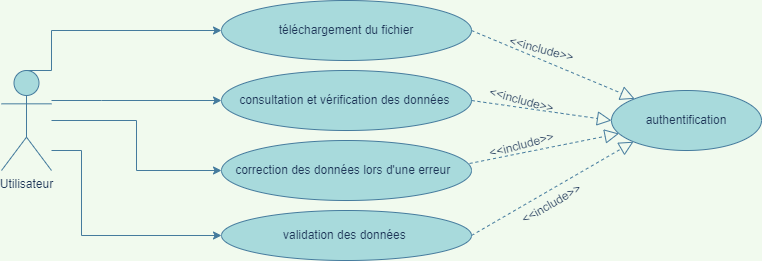
This is usecase.drawio.png from Yasminuu/PFE, a draw.io export, as it was before one commit. Source tidied: cells renumbered, new cells last; positions are measured from the earlier drawing's top-left corner, leaving out a move shared by most shapes.
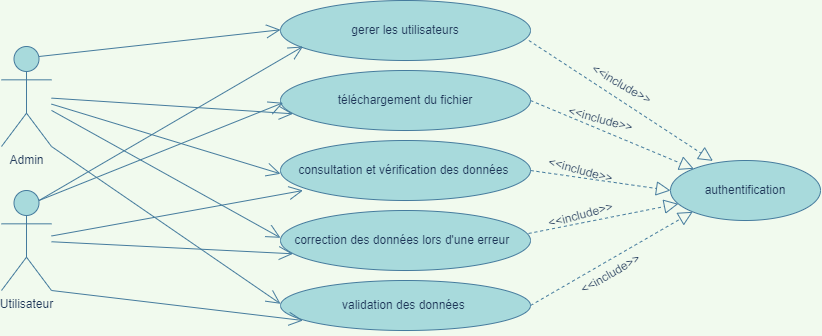
The same diagram one commit later.

Change to the diagram source:
```diff
@@ -2,35 +2,8 @@
   <root>
     <mxCell id="0" />
     <mxCell id="1" parent="0" />
-    <mxCell id="2" style="edgeStyle=orthogonalEdgeStyle;rounded=0;jettySize=auto;html=1;entryX=0;entryY=0.5;entryDx=0;entryDy=0;exitX=0.5;exitY=0;exitDx=0;exitDy=0;exitPerimeter=0;labelBackgroundColor=#F1FAEE;strokeColor=#457B9D;fontColor=#1D3557;" parent="1" edge="1" source="6" target="7">
-      <mxGeometry relative="1" as="geometry">
-        <Array as="points">
-          <mxPoint x="50" y="70" />
-          <mxPoint x="50" y="30" />
-        </Array>
-      </mxGeometry>
-    </mxCell>
-    <mxCell id="3" style="edgeStyle=orthogonalEdgeStyle;rounded=0;jettySize=auto;html=1;entryX=0;entryY=0.5;entryDx=0;entryDy=0;labelBackgroundColor=#F1FAEE;strokeColor=#457B9D;fontColor=#1D3557;" parent="1" edge="1" source="6" target="8">
-      <mxGeometry relative="1" as="geometry">
-        <Array as="points">
-          <mxPoint x="100" y="100" />
-          <mxPoint x="100" y="100" />
-        </Array>
-      </mxGeometry>
-    </mxCell>
-    <mxCell id="4" style="edgeStyle=orthogonalEdgeStyle;rounded=0;jettySize=auto;html=1;entryX=0;entryY=0.5;entryDx=0;entryDy=0;labelBackgroundColor=#F1FAEE;strokeColor=#457B9D;fontColor=#1D3557;" parent="1" edge="1" source="6" target="9">
-      <mxGeometry relative="1" as="geometry" />
-    </mxCell>
-    <mxCell id="5" style="edgeStyle=orthogonalEdgeStyle;rounded=0;jettySize=auto;html=1;entryX=0;entryY=0.5;entryDx=0;entryDy=0;labelBackgroundColor=#F1FAEE;strokeColor=#457B9D;fontColor=#1D3557;" parent="1" edge="1" source="6" target="10">
-      <mxGeometry relative="1" as="geometry">
-        <Array as="points">
-          <mxPoint x="80" y="150" />
-          <mxPoint x="80" y="235" />
-        </Array>
-      </mxGeometry>
-    </mxCell>
-    <mxCell id="6" value="Utilisateur" style="shape=umlActor;verticalLabelPosition=bottom;verticalAlign=top;html=1;outlineConnect=0;fillColor=#A8DADC;strokeColor=#457B9D;fontColor=#1D3557;" parent="1" vertex="1">
-      <mxGeometry y="70" width="50" height="100" as="geometry" />
+    <mxCell id="6" value="Admin" style="shape=umlActor;verticalLabelPosition=bottom;verticalAlign=top;html=1;outlineConnect=0;fillColor=#A8DADC;strokeColor=#457B9D;fontColor=#1D3557;" parent="1" vertex="1">
+      <mxGeometry x="-59" y="-24" width="50" height="100" as="geometry" />
     </mxCell>
     <mxCell id="7" value="téléchargement du fichier" style="ellipse;whiteSpace=wrap;html=1;fillColor=#A8DADC;strokeColor=#457B9D;fontColor=#1D3557;" parent="1" vertex="1">
       <mxGeometry x="220" width="250" height="60" as="geometry" />
@@ -71,5 +44,69 @@
     <mxCell id="19" value="&amp;lt;&amp;lt;include&amp;gt;&amp;gt;" style="text;html=1;align=center;verticalAlign=middle;strokeColor=none;fillColor=none;rotation=15;fontColor=#1D3557;" parent="1" vertex="1">
       <mxGeometry x="480" y="90" width="80" height="20" as="geometry" />
     </mxCell>
+    <mxCell id="20" value="Utilisateur" style="shape=umlActor;verticalLabelPosition=bottom;verticalAlign=top;html=1;outlineConnect=0;fillColor=#A8DADC;strokeColor=#457B9D;fontColor=#1D3557;" parent="1" vertex="1">
+      <mxGeometry x="-59" y="120" width="50" height="100" as="geometry" />
+    </mxCell>
+    <mxCell id="21" value="gerer les utilisateurs" style="ellipse;whiteSpace=wrap;html=1;fillColor=#A8DADC;strokeColor=#457B9D;fontColor=#1D3557;" parent="1" vertex="1">
+      <mxGeometry x="220" y="-70" width="250" height="60" as="geometry" />
+    </mxCell>
+    <mxCell id="22" style="endArrow=open;endFill=1;endSize=12;html=1;rounded=0;exitX=0.75;exitY=0.1;exitDx=0;exitDy=0;exitPerimeter=0;labelBackgroundColor=#F1FAEE;strokeColor=#457B9D;fontColor=#1D3557;" parent="1" edge="1" source="6">
+      <mxGeometry relative="1" as="geometry">
+        <mxPoint x="220" y="-40.7" as="targetPoint" />
+      </mxGeometry>
+    </mxCell>
+    <mxCell id="23" style="endArrow=open;endFill=1;endSize=12;html=1;rounded=0;labelBackgroundColor=#F1FAEE;strokeColor=#457B9D;fontColor=#1D3557;" parent="1" edge="1" source="20">
+      <mxGeometry relative="1" as="geometry">
+        <mxPoint x="232.5" y="183.3" as="targetPoint" />
+      </mxGeometry>
+    </mxCell>
+    <mxCell id="24" style="endArrow=open;endFill=1;endSize=12;html=1;rounded=0;labelBackgroundColor=#F1FAEE;strokeColor=#457B9D;fontColor=#1D3557;" parent="1" edge="1" source="20">
+      <mxGeometry relative="1" as="geometry">
+        <mxPoint x="242.5" y="120" as="targetPoint" />
+      </mxGeometry>
+    </mxCell>
+    <mxCell id="25" style="endArrow=open;endFill=1;endSize=12;html=1;rounded=0;exitX=1;exitY=1;exitDx=0;exitDy=0;exitPerimeter=0;labelBackgroundColor=#F1FAEE;strokeColor=#457B9D;fontColor=#1D3557;" parent="1" edge="1" source="20">
+      <mxGeometry relative="1" as="geometry">
+        <mxPoint x="242.5" y="250" as="targetPoint" />
+      </mxGeometry>
+    </mxCell>
+    <mxCell id="26" style="endArrow=open;endFill=1;endSize=12;html=1;rounded=0;exitX=0.75;exitY=0.1;exitDx=0;exitDy=0;exitPerimeter=0;labelBackgroundColor=#F1FAEE;strokeColor=#457B9D;fontColor=#1D3557;" parent="1" edge="1" source="20">
+      <mxGeometry relative="1" as="geometry">
+        <mxPoint x="222.5" y="32.3" as="targetPoint" />
+      </mxGeometry>
+    </mxCell>
+    <mxCell id="27" style="endArrow=open;endFill=1;endSize=12;html=1;rounded=0;exitX=0.75;exitY=0.1;exitDx=0;exitDy=0;exitPerimeter=0;labelBackgroundColor=#F1FAEE;strokeColor=#457B9D;fontColor=#1D3557;" parent="1" edge="1" source="20">
+      <mxGeometry relative="1" as="geometry">
+        <mxPoint x="242.5" y="-24" as="targetPoint" />
+      </mxGeometry>
+    </mxCell>
+    <mxCell id="28" style="endArrow=open;endFill=1;endSize=12;html=1;rounded=0;labelBackgroundColor=#F1FAEE;strokeColor=#457B9D;fontColor=#1D3557;" parent="1" edge="1" source="6">
+      <mxGeometry relative="1" as="geometry">
+        <mxPoint x="232.5" y="43.3" as="targetPoint" />
+      </mxGeometry>
+    </mxCell>
+    <mxCell id="29" style="endArrow=open;endFill=1;endSize=12;html=1;rounded=0;labelBackgroundColor=#F1FAEE;strokeColor=#457B9D;fontColor=#1D3557;" parent="1" edge="1" source="6">
+      <mxGeometry relative="1" as="geometry">
+        <mxPoint x="220" y="103.3" as="targetPoint" />
+      </mxGeometry>
+    </mxCell>
+    <mxCell id="30" style="endArrow=open;endFill=1;endSize=12;html=1;rounded=0;labelBackgroundColor=#F1FAEE;strokeColor=#457B9D;fontColor=#1D3557;" parent="1" edge="1" source="6">
+      <mxGeometry relative="1" as="geometry">
+        <mxPoint x="220" y="167.3" as="targetPoint" />
+      </mxGeometry>
+    </mxCell>
+    <mxCell id="31" style="endArrow=open;endFill=1;endSize=12;html=1;rounded=0;exitX=1;exitY=1;exitDx=0;exitDy=0;exitPerimeter=0;labelBackgroundColor=#F1FAEE;strokeColor=#457B9D;fontColor=#1D3557;" parent="1" edge="1" source="6">
+      <mxGeometry relative="1" as="geometry">
+        <mxPoint x="220" y="233.3" as="targetPoint" />
+      </mxGeometry>
+    </mxCell>
+    <mxCell id="32" style="endArrow=block;dashed=1;endFill=0;endSize=12;html=1;rounded=0;exitX=1;exitY=0.5;exitDx=0;exitDy=0;labelBackgroundColor=#F1FAEE;strokeColor=#457B9D;fontColor=#1D3557;entryX=0.283;entryY=0.007;entryDx=0;entryDy=0;entryPerimeter=0;" parent="1" edge="1" target="11">
+      <mxGeometry relative="1" as="geometry">
+        <mxPoint x="468.4" y="-30" as="sourcePoint" />
+      </mxGeometry>
+    </mxCell>
+    <mxCell id="33" value="&amp;lt;&amp;lt;include&amp;gt;&amp;gt;" style="text;html=1;align=center;verticalAlign=middle;strokeColor=none;fillColor=none;rotation=30;fontColor=#1D3557;" parent="1" vertex="1">
+      <mxGeometry x="521" y="4" width="80" height="20" as="geometry" />
+    </mxCell>
   </root>
 </mxGraphModel>
```
